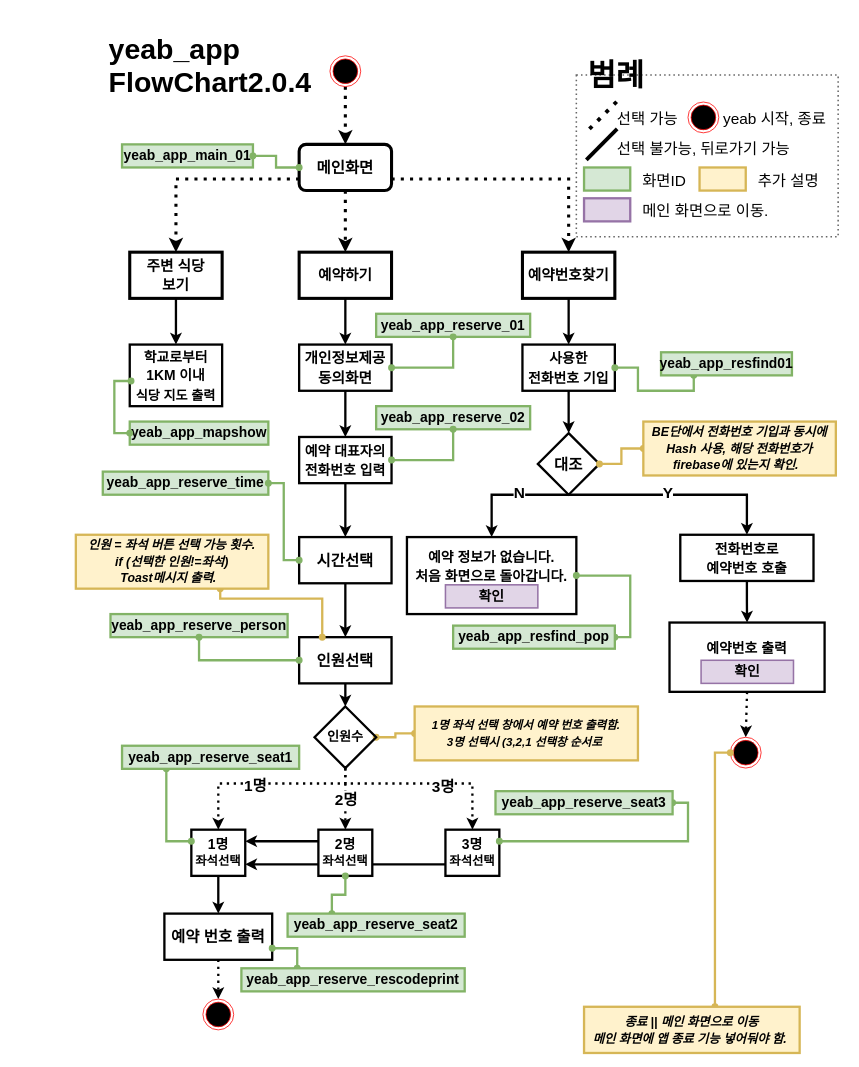
Before: FlowChart_2.0.4.drawio in StrongCatWill/SWProject, a draw.io diagram. Source tidied: cells renumbered, new cells numbered last; positions are measured from the earlier drawing's top-left corner, leaving out a move shared by most shapes. Both pictures are drawn from the tidied source at 77%, with x=0, y=0 at pixel (75, 21).
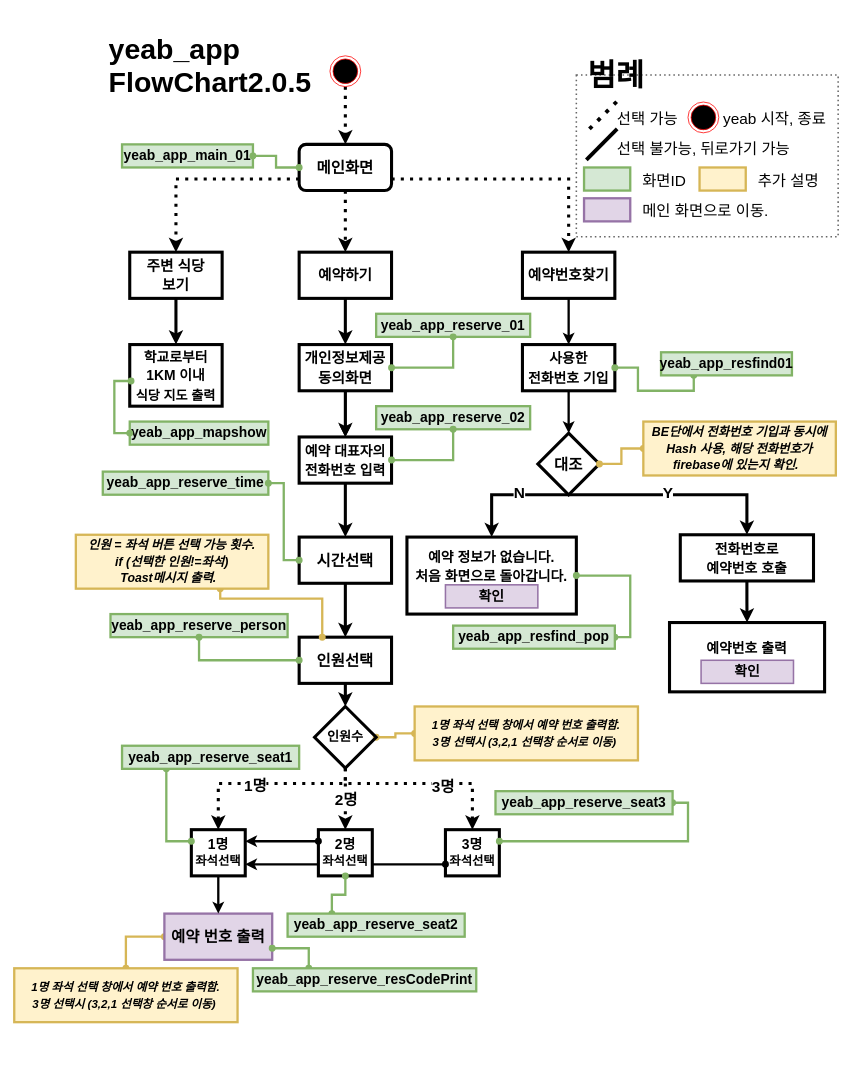
Above is the later version.

Unchanged cells that the change refers to:
```xml
<mxCell id="8" value="&lt;b style=&quot;&quot;&gt;&lt;font style=&quot;font-size: 19px;&quot;&gt;예약하기&lt;/font&gt;&lt;/b&gt;" style="rounded=0;whiteSpace=wrap;html=1;fontSize=20;strokeWidth=4;fillColor=none;" parent="1" vertex="1">
  <mxGeometry x="290" y="300" width="120" height="60" as="geometry" />
</mxCell>
<mxCell id="12" value="&lt;b style=&quot;&quot;&gt;&lt;font style=&quot;font-size: 19px;&quot;&gt;주변 식당&lt;br&gt;보기&lt;br&gt;&lt;/font&gt;&lt;/b&gt;" style="rounded=0;whiteSpace=wrap;html=1;fontSize=20;strokeWidth=4;fillColor=none;" parent="1" vertex="1">
  <mxGeometry x="70" y="300" width="120" height="60" as="geometry" />
</mxCell>
```

The edit, as a diff of the source:
```diff
@@
-    <mxCell id="2" style="endArrow=classic;html=1;rounded=0;fontSize=20;strokeWidth=3;entryX=1;entryY=0.75;entryDx=0;entryDy=0;exitX=0;exitY=0.75;exitDx=0;exitDy=0;" parent="1" edge="1" source="32" target="30">
+    <mxCell id="2" style="endArrow=classic;html=1;rounded=0;fontSize=20;strokeWidth=3;entryX=1;entryY=0.75;entryDx=0;entryDy=0;exitX=0;exitY=0.75;exitDx=0;exitDy=0;startArrow=oval;startFill=1;" parent="1" edge="1" source="32" target="30">
       <mxGeometry relative="1" as="geometry" />
     </mxCell>
@@
-    <mxCell id="7" style="edgeStyle=orthogonalEdgeStyle;rounded=0;jettySize=auto;html=1;fontSize=18;strokeWidth=3;" parent="1" edge="1" source="8" target="21">
+    <mxCell id="7" style="edgeStyle=orthogonalEdgeStyle;rounded=0;jettySize=auto;html=1;fontSize=18;strokeWidth=4;" parent="1" edge="1" source="8" target="21">
       <mxGeometry relative="1" as="geometry" />
     </mxCell>
@@
-    <mxCell id="11" style="edgeStyle=orthogonalEdgeStyle;rounded=0;jettySize=auto;html=1;strokeWidth=3;" parent="1" edge="1" source="12" target="18">
+    <mxCell id="11" style="edgeStyle=orthogonalEdgeStyle;rounded=0;jettySize=auto;html=1;strokeWidth=4;" parent="1" edge="1" source="12" target="18">
       <mxGeometry relative="1" as="geometry" />
     </mxCell>
@@
-    <mxCell id="16" value="&lt;font style=&quot;font-size: 18px;&quot;&gt;&lt;b&gt;사용한&lt;br&gt;전화번호 기입&lt;/b&gt;&lt;/font&gt;" style="whiteSpace=wrap;html=1;fontSize=20;rounded=0;strokeWidth=3;fillColor=none;" parent="1" vertex="1">
+    <mxCell id="16" value="&lt;font style=&quot;font-size: 18px;&quot;&gt;&lt;b&gt;사용한&lt;br&gt;전화번호 기입&lt;/b&gt;&lt;/font&gt;" style="whiteSpace=wrap;html=1;fontSize=20;rounded=0;strokeWidth=4;fillColor=none;" parent="1" vertex="1">
       <mxGeometry x="580" y="420" width="120" height="60" as="geometry" />
     </mxCell>
-    <mxCell id="17" value="&lt;b&gt;대조&lt;/b&gt;" style="rhombus;whiteSpace=wrap;html=1;fontSize=20;rounded=0;strokeWidth=3;fillColor=none;" parent="1" vertex="1">
+    <mxCell id="17" value="&lt;b&gt;대조&lt;/b&gt;" style="rhombus;whiteSpace=wrap;html=1;fontSize=20;rounded=0;strokeWidth=4;fillColor=none;" parent="1" vertex="1">
       <mxGeometry x="600" y="535" width="80" height="80" as="geometry" />
     </mxCell>
-    <mxCell id="18" value="&lt;font size=&quot;1&quot; style=&quot;&quot;&gt;&lt;b style=&quot;font-size: 17px;&quot;&gt;&lt;span style=&quot;font-size: 18px;&quot;&gt;학교로부터 1KM 이내 &lt;/span&gt;&lt;br&gt;식당 지도 출력&lt;/b&gt;&lt;/font&gt;" style="whiteSpace=wrap;html=1;fontSize=20;fillColor=none;rounded=0;strokeWidth=3;" parent="1" vertex="1">
+    <mxCell id="18" value="&lt;font size=&quot;1&quot; style=&quot;&quot;&gt;&lt;b style=&quot;font-size: 17px;&quot;&gt;&lt;span style=&quot;font-size: 18px;&quot;&gt;학교로부터 1KM 이내 &lt;/span&gt;&lt;br&gt;식당 지도 출력&lt;/b&gt;&lt;/font&gt;" style="whiteSpace=wrap;html=1;fontSize=20;fillColor=none;rounded=0;strokeWidth=4;" parent="1" vertex="1">
       <mxGeometry x="70" y="420" width="120" height="80" as="geometry" />
     </mxCell>
@@
-    <mxCell id="21" value="&lt;span style=&quot;font-size: 19px;&quot;&gt;&lt;b&gt;개인정보제공&lt;br&gt;동의화면&lt;br&gt;&lt;/b&gt;&lt;/span&gt;" style="rounded=0;whiteSpace=wrap;html=1;fontSize=20;strokeWidth=3;fillColor=none;" parent="1" vertex="1">
+    <mxCell id="21" value="&lt;span style=&quot;font-size: 19px;&quot;&gt;&lt;b&gt;개인정보제공&lt;br&gt;동의화면&lt;br&gt;&lt;/b&gt;&lt;/span&gt;" style="rounded=0;whiteSpace=wrap;html=1;fontSize=20;strokeWidth=4;fillColor=none;" parent="1" vertex="1">
       <mxGeometry x="290" y="420" width="120" height="60" as="geometry" />
     </mxCell>
-    <mxCell id="22" style="edgeStyle=orthogonalEdgeStyle;rounded=0;jettySize=auto;html=1;fontSize=18;strokeWidth=3;" parent="1" edge="1" source="23" target="27">
+    <mxCell id="22" style="edgeStyle=orthogonalEdgeStyle;rounded=0;jettySize=auto;html=1;fontSize=18;strokeWidth=4;" parent="1" edge="1" source="23" target="27">
       <mxGeometry relative="1" as="geometry" />
     </mxCell>
-    <mxCell id="23" value="&lt;font style=&quot;font-size: 18px;&quot;&gt;&lt;b&gt;예약 대표자의 전화번호 입력&lt;/b&gt;&lt;/font&gt;" style="whiteSpace=wrap;html=1;fontSize=20;fillColor=none;rounded=0;strokeWidth=3;" parent="1" vertex="1">
+    <mxCell id="23" value="&lt;font style=&quot;font-size: 18px;&quot;&gt;&lt;b&gt;예약 대표자의 전화번호 입력&lt;/b&gt;&lt;/font&gt;" style="whiteSpace=wrap;html=1;fontSize=20;fillColor=none;rounded=0;strokeWidth=4;" parent="1" vertex="1">
       <mxGeometry x="290" y="540" width="120" height="60" as="geometry" />
     </mxCell>
-    <mxCell id="24" style="edgeStyle=orthogonalEdgeStyle;rounded=0;jettySize=auto;html=1;exitX=0.5;exitY=1;exitDx=0;exitDy=0;strokeWidth=3;" parent="1" edge="1" source="25" target="84">
+    <mxCell id="24" style="edgeStyle=orthogonalEdgeStyle;rounded=0;jettySize=auto;html=1;exitX=0.5;exitY=1;exitDx=0;exitDy=0;strokeWidth=4;" parent="1" edge="1" source="25" target="84">
       <mxGeometry relative="1" as="geometry" />
     </mxCell>
-    <mxCell id="25" value="&lt;span style=&quot;font-size: 18px;&quot;&gt;&lt;b&gt;전화번호로 &lt;br&gt;예약번호 호출&lt;/b&gt;&lt;/span&gt;" style="whiteSpace=wrap;html=1;fontSize=20;rounded=0;strokeWidth=3;fillColor=none;" parent="1" vertex="1">
+    <mxCell id="25" value="&lt;span style=&quot;font-size: 18px;&quot;&gt;&lt;b&gt;전화번호로 &lt;br&gt;예약번호 호출&lt;/b&gt;&lt;/span&gt;" style="whiteSpace=wrap;html=1;fontSize=20;rounded=0;strokeWidth=4;fillColor=none;" parent="1" vertex="1">
       <mxGeometry x="785" y="667" width="173" height="60" as="geometry" />
     </mxCell>
-    <mxCell id="26" style="edgeStyle=orthogonalEdgeStyle;rounded=0;jettySize=auto;html=1;fontSize=18;strokeWidth=3;" parent="1" edge="1" source="27" target="29">
+    <mxCell id="26" style="edgeStyle=orthogonalEdgeStyle;rounded=0;jettySize=auto;html=1;fontSize=18;strokeWidth=4;" parent="1" edge="1" source="27" target="29">
       <mxGeometry relative="1" as="geometry" />
     </mxCell>
-    <mxCell id="27" value="&lt;b&gt;시간선택&lt;/b&gt;" style="whiteSpace=wrap;html=1;fontSize=20;fillColor=none;rounded=0;strokeWidth=3;" parent="1" vertex="1">
+    <mxCell id="27" value="&lt;b&gt;시간선택&lt;/b&gt;" style="whiteSpace=wrap;html=1;fontSize=20;fillColor=none;rounded=0;strokeWidth=4;" parent="1" vertex="1">
       <mxGeometry x="290" y="670" width="120" height="60" as="geometry" />
     </mxCell>
-    <mxCell id="28" style="edgeStyle=orthogonalEdgeStyle;rounded=0;jettySize=auto;html=1;fontSize=18;strokeWidth=3;entryX=0.5;entryY=0;entryDx=0;entryDy=0;" parent="1" edge="1" source="29" target="90">
+    <mxCell id="28" style="edgeStyle=orthogonalEdgeStyle;rounded=0;jettySize=auto;html=1;fontSize=18;strokeWidth=4;entryX=0.5;entryY=0;entryDx=0;entryDy=0;" parent="1" edge="1" source="29" target="90">
       <mxGeometry relative="1" as="geometry" />
     </mxCell>
-    <mxCell id="29" value="&lt;b&gt;인원선택&lt;/b&gt;" style="whiteSpace=wrap;html=1;fontSize=20;fillColor=none;rounded=0;strokeWidth=3;" parent="1" vertex="1">
+    <mxCell id="29" value="&lt;b&gt;인원선택&lt;/b&gt;" style="whiteSpace=wrap;html=1;fontSize=20;fillColor=none;rounded=0;strokeWidth=4;" parent="1" vertex="1">
       <mxGeometry x="290" y="800" width="120" height="60" as="geometry" />
     </mxCell>
-    <mxCell id="30" value="&lt;b&gt;1명&lt;br&gt;&lt;font style=&quot;font-size: 16px;&quot;&gt;좌석선택&lt;/font&gt;&lt;br&gt;&lt;/b&gt;" style="rounded=0;whiteSpace=wrap;html=1;fontSize=18;strokeWidth=3;fillColor=none;" parent="1" vertex="1">
+    <mxCell id="30" value="&lt;b&gt;1명&lt;br&gt;&lt;font style=&quot;font-size: 16px;&quot;&gt;좌석선택&lt;/font&gt;&lt;br&gt;&lt;/b&gt;" style="rounded=0;whiteSpace=wrap;html=1;fontSize=18;strokeWidth=4;fillColor=none;" parent="1" vertex="1">
       <mxGeometry x="150" y="1050" width="70" height="60" as="geometry" />
     </mxCell>
-    <mxCell id="31" value="&lt;b&gt;2명&lt;br&gt;&lt;font style=&quot;font-size: 16px;&quot;&gt;좌석선택&lt;/font&gt;&lt;br&gt;&lt;/b&gt;" style="rounded=0;whiteSpace=wrap;html=1;fontSize=18;strokeWidth=3;" parent="1" vertex="1">
+    <mxCell id="31" value="&lt;b&gt;2명&lt;br&gt;&lt;font style=&quot;font-size: 16px;&quot;&gt;좌석선택&lt;/font&gt;&lt;br&gt;&lt;/b&gt;" style="rounded=0;whiteSpace=wrap;html=1;fontSize=18;strokeWidth=4;" parent="1" vertex="1">
       <mxGeometry x="315" y="1050" width="70" height="60" as="geometry" />
     </mxCell>
-    <mxCell id="32" value="&lt;b&gt;3명&lt;br&gt;&lt;font style=&quot;font-size: 16px;&quot;&gt;좌석선택&lt;/font&gt;&lt;/b&gt;" style="rounded=0;whiteSpace=wrap;html=1;fontSize=18;strokeWidth=3;fillColor=none;" parent="1" vertex="1">
+    <mxCell id="32" value="&lt;b&gt;3명&lt;br&gt;&lt;font style=&quot;font-size: 16px;&quot;&gt;좌석선택&lt;/font&gt;&lt;/b&gt;" style="rounded=0;whiteSpace=wrap;html=1;fontSize=18;strokeWidth=4;fillColor=none;" parent="1" vertex="1">
       <mxGeometry x="480" y="1050" width="70" height="60" as="geometry" />
     </mxCell>
+    <mxCell id="101" style="edgeStyle=orthogonalEdgeStyle;rounded=0;jettySize=auto;html=1;exitX=0;exitY=0.5;exitDx=0;exitDy=0;entryX=0.5;entryY=0;entryDx=0;entryDy=0;startArrow=oval;startFill=1;strokeWidth=3;fillColor=#fff2cc;strokeColor=#d6b656;endArrow=oval;endFill=1;" parent="1" edge="1" source="33" target="103">
+      <mxGeometry relative="1" as="geometry" />
+    </mxCell>
-    <mxCell id="33" value="&lt;b&gt;&lt;font style=&quot;font-size: 20px;&quot;&gt;예약 번호 출력&lt;/font&gt;&lt;/b&gt;" style="whiteSpace=wrap;html=1;fontSize=20;fillColor=none;rounded=0;strokeWidth=3;" parent="1" vertex="1">
+    <mxCell id="33" value="&lt;b&gt;&lt;font style=&quot;font-size: 20px;&quot;&gt;예약 번호 출력&lt;/font&gt;&lt;/b&gt;" style="whiteSpace=wrap;html=1;fontSize=20;fillColor=#e1d5e7;rounded=0;strokeWidth=3;strokeColor=#9673a6;" parent="1" vertex="1">
       <mxGeometry x="115" y="1159" width="140" height="60" as="geometry" />
     </mxCell>
-    <mxCell id="34" value="&lt;font style=&quot;font-size: 18px;&quot;&gt;&lt;b&gt;예약 정보가 없습니다.&lt;br&gt;처음 화면으로 돌아갑니다.&lt;br&gt;&lt;br&gt;&lt;/b&gt;&lt;/font&gt;" style="rounded=0;whiteSpace=wrap;html=1;fontSize=20;strokeWidth=3;fillColor=none;" parent="1" vertex="1">
+    <mxCell id="34" value="&lt;font style=&quot;font-size: 18px;&quot;&gt;&lt;b&gt;예약 정보가 없습니다.&lt;br&gt;처음 화면으로 돌아갑니다.&lt;br&gt;&lt;br&gt;&lt;/b&gt;&lt;/font&gt;" style="rounded=0;whiteSpace=wrap;html=1;fontSize=20;strokeWidth=4;fillColor=none;" parent="1" vertex="1">
       <mxGeometry x="430" y="670" width="220" height="100" as="geometry" />
     </mxCell>
@@
-    <mxCell id="36" style="endArrow=classic;html=1;rounded=0;fontSize=18;strokeWidth=3;entryX=0.5;entryY=0;entryDx=0;entryDy=0;exitX=0.5;exitY=1;exitDx=0;exitDy=0;edgeStyle=orthogonalEdgeStyle;" parent="1" edge="1" source="17" target="34">
+    <mxCell id="36" style="endArrow=classic;html=1;rounded=0;fontSize=18;strokeWidth=4;entryX=0.5;entryY=0;entryDx=0;entryDy=0;exitX=0.5;exitY=1;exitDx=0;exitDy=0;edgeStyle=orthogonalEdgeStyle;" parent="1" edge="1" source="17" target="34">
       <mxGeometry relative="1" as="geometry">
         <Array as="points">
           <mxPoint x="540" y="615" />
         </Array>
       </mxGeometry>
     </mxCell>
@@
-    <mxCell id="38" style="endArrow=classic;html=1;rounded=0;fontSize=18;strokeWidth=3;entryX=0.5;entryY=0;entryDx=0;entryDy=0;exitX=0.5;exitY=1;exitDx=0;exitDy=0;edgeStyle=orthogonalEdgeStyle;" parent="1" edge="1" source="17" target="25">
+    <mxCell id="38" style="endArrow=classic;html=1;rounded=0;fontSize=18;strokeWidth=4;entryX=0.5;entryY=0;entryDx=0;entryDy=0;exitX=0.5;exitY=1;exitDx=0;exitDy=0;edgeStyle=orthogonalEdgeStyle;" parent="1" edge="1" source="17" target="25">
       <mxGeometry relative="1" as="geometry">
         <Array as="points">
           <mxPoint x="871" y="615" />
         </Array>
       </mxGeometry>
     </mxCell>
@@
-    <mxCell id="40" style="endArrow=classic;html=1;rounded=0;fontSize=18;strokeWidth=3;entryX=0.5;entryY=0;entryDx=0;entryDy=0;exitX=0.5;exitY=1;exitDx=0;exitDy=0;dashed=1;dashPattern=1 2;" parent="1" edge="1" source="33" target="68">
-      <mxGeometry relative="1" as="geometry" />
-    </mxCell>
-    <mxCell id="41" style="endArrow=classic;html=1;rounded=0;dashed=1;dashPattern=1 2;fontSize=18;strokeWidth=3;entryX=0.5;entryY=0;entryDx=0;entryDy=0;exitX=0.5;exitY=1;exitDx=0;exitDy=0;" parent="1" edge="1" source="84" target="69">
-      <mxGeometry relative="1" as="geometry" />
-    </mxCell>
@@
-    <mxCell id="49" value="&lt;b&gt;yeab_app_reserve_rescodeprint&lt;/b&gt;" style="rounded=0;whiteSpace=wrap;html=1;fontSize=18;fillColor=#d5e8d4;strokeColor=#82b366;strokeWidth=3;" parent="1" vertex="1">
-      <mxGeometry x="215" y="1230" width="290" height="30" as="geometry" />
+    <mxCell id="49" value="&lt;b&gt;yeab_app_reserve_resCodePrint&lt;/b&gt;" style="rounded=0;whiteSpace=wrap;html=1;fontSize=18;fillColor=#d5e8d4;strokeColor=#82b366;strokeWidth=3;" parent="1" vertex="1">
+      <mxGeometry x="230" y="1230" width="290" height="30" as="geometry" />
     </mxCell>
@@
-    <mxCell id="68" style="ellipse;html=1;shape=endState;fillColor=#000000;strokeColor=#ff0000;" parent="1" vertex="1">
-      <mxGeometry x="165" y="1270" width="40" height="40" as="geometry" />
-    </mxCell>
-    <mxCell id="69" style="ellipse;html=1;shape=endState;fillColor=#000000;strokeColor=#ff0000;" parent="1" vertex="1">
-      <mxGeometry x="850" y="930" width="40" height="40" as="geometry" />
-    </mxCell>
-    <mxCell id="70" style="edgeStyle=orthogonalEdgeStyle;shape=connector;rounded=0;jettySize=auto;html=1;labelBackgroundColor=default;fontFamily=Helvetica;fontSize=20;fontColor=default;startArrow=oval;startFill=1;endArrow=oval;endFill=1;strokeColor=#d6b656;strokeWidth=3;fillColor=#fff2cc;" parent="1" edge="1" source="71">
-      <mxGeometry relative="1" as="geometry">
-        <mxPoint x="850" y="950" as="targetPoint" />
-        <Array as="points">
-          <mxPoint x="830" y="1185" />
-          <mxPoint x="830" y="950" />
-        </Array>
-      </mxGeometry>
-    </mxCell>
-    <mxCell id="71" value="&lt;font style=&quot;font-size: 16px;&quot;&gt;&lt;b&gt;&lt;i&gt;종료 || 메인 화면으로 이동&lt;br&gt;메인 화면에 앱 종료 기능 넣어둬야 함.&amp;nbsp;&lt;/i&gt;&lt;/b&gt;&lt;br&gt;&lt;/font&gt;" style="rounded=0;whiteSpace=wrap;html=1;fontSize=18;fillColor=#fff2cc;strokeColor=#d6b656;strokeWidth=3;" parent="1" vertex="1">
-      <mxGeometry x="660" y="1280" width="280" height="60" as="geometry" />
-    </mxCell>
@@
-    <mxCell id="77" value="&lt;h1 style=&quot;font-size: 37px;&quot;&gt;&lt;font style=&quot;font-size: 37px;&quot;&gt;yeab_app FlowChart2.0.4&lt;/font&gt;&lt;/h1&gt;&lt;div style=&quot;font-size: 37px;&quot;&gt;&lt;br&gt;&lt;/div&gt;" style="text;html=1;strokeColor=none;fillColor=none;spacing=5;spacingTop=-20;whiteSpace=wrap;overflow=hidden;rounded=0;fontFamily=Helvetica;fontSize=20;fontColor=default;" parent="1" vertex="1">
+    <mxCell id="77" value="&lt;h1 style=&quot;font-size: 37px;&quot;&gt;&lt;font style=&quot;font-size: 37px;&quot;&gt;yeab_app FlowChart2.0.5&lt;/font&gt;&lt;/h1&gt;&lt;div style=&quot;font-size: 37px;&quot;&gt;&lt;br&gt;&lt;/div&gt;" style="text;html=1;strokeColor=none;fillColor=none;spacing=5;spacingTop=-20;whiteSpace=wrap;overflow=hidden;rounded=0;fontFamily=Helvetica;fontSize=20;fontColor=default;" parent="1" vertex="1">
       <mxGeometry x="37.5" width="286" height="110" as="geometry" />
     </mxCell>
@@
-    <mxCell id="84" value="&lt;font style=&quot;font-size: 18px;&quot;&gt;&lt;b&gt;예약번호 출력&lt;br&gt;&lt;br&gt;&lt;/b&gt;&lt;/font&gt;" style="rounded=0;whiteSpace=wrap;html=1;fontSize=20;strokeWidth=3;fillColor=none;" parent="1" vertex="1">
+    <mxCell id="84" value="&lt;font style=&quot;font-size: 18px;&quot;&gt;&lt;b&gt;예약번호 출력&lt;br&gt;&lt;br&gt;&lt;/b&gt;&lt;/font&gt;" style="rounded=0;whiteSpace=wrap;html=1;fontSize=20;strokeWidth=4;fillColor=none;" parent="1" vertex="1">
       <mxGeometry x="771" y="781" width="201.4" height="90" as="geometry" />
     </mxCell>
@@
-    <mxCell id="89" value="&lt;b style=&quot;&quot;&gt;&lt;i style=&quot;&quot;&gt;&lt;font style=&quot;font-size: 15px;&quot;&gt;1명 좌석 선택 창에서 예약 번호 출력함.&lt;br&gt;3명 선택시 (3,2,1 선택창 순서로&amp;nbsp;&lt;/font&gt;&lt;/i&gt;&lt;/b&gt;" style="rounded=0;whiteSpace=wrap;html=1;fontSize=18;fillColor=#fff2cc;strokeColor=#d6b656;strokeWidth=3;" parent="1" vertex="1">
+    <mxCell id="89" value="&lt;b style=&quot;&quot;&gt;&lt;i style=&quot;&quot;&gt;&lt;font style=&quot;font-size: 15px;&quot;&gt;1명 좌석 선택 창에서 예약 번호 출력함.&lt;br&gt;3명 선택시 (3,2,1 선택창 순서로 이동)&amp;nbsp;&lt;/font&gt;&lt;/i&gt;&lt;/b&gt;" style="rounded=0;whiteSpace=wrap;html=1;fontSize=18;fillColor=#fff2cc;strokeColor=#d6b656;strokeWidth=3;" parent="1" vertex="1">
       <mxGeometry x="440" y="890" width="290" height="70" as="geometry" />
     </mxCell>
-    <mxCell id="90" value="&lt;b&gt;&lt;font style=&quot;font-size: 17px;&quot;&gt;인원수&lt;/font&gt;&lt;/b&gt;" style="rhombus;whiteSpace=wrap;html=1;fontSize=15;strokeWidth=3;fillColor=none;" parent="1" vertex="1">
+    <mxCell id="90" value="&lt;b&gt;&lt;font style=&quot;font-size: 17px;&quot;&gt;인원수&lt;/font&gt;&lt;/b&gt;" style="rhombus;whiteSpace=wrap;html=1;fontSize=15;strokeWidth=4;fillColor=none;" parent="1" vertex="1">
       <mxGeometry x="310" y="890" width="80" height="80" as="geometry" />
     </mxCell>
-    <mxCell id="91" style="endArrow=classic;html=1;rounded=0;fontSize=17;strokeWidth=3;exitX=0.5;exitY=1;exitDx=0;exitDy=0;entryX=0.5;entryY=0;entryDx=0;entryDy=0;edgeStyle=orthogonalEdgeStyle;dashed=1;dashPattern=1 2;" parent="1" edge="1" source="90" target="30">
+    <mxCell id="91" style="endArrow=classic;html=1;rounded=0;fontSize=17;strokeWidth=4;exitX=0.5;exitY=1;exitDx=0;exitDy=0;entryX=0.5;entryY=0;entryDx=0;entryDy=0;edgeStyle=orthogonalEdgeStyle;dashed=1;dashPattern=1 2;" parent="1" edge="1" source="90" target="30">
       <mxGeometry relative="1" as="geometry">
         <Array as="points">
           <mxPoint x="185" y="990" />
         </Array>
       </mxGeometry>
     </mxCell>
@@
-    <mxCell id="93" style="endArrow=classic;html=1;rounded=0;fontSize=17;strokeWidth=3;entryX=0.5;entryY=0;entryDx=0;entryDy=0;exitX=0.5;exitY=1;exitDx=0;exitDy=0;edgeStyle=orthogonalEdgeStyle;dashed=1;dashPattern=1 2;" parent="1" edge="1" source="90" target="32">
+    <mxCell id="93" style="endArrow=classic;html=1;rounded=0;fontSize=17;strokeWidth=4;entryX=0.5;entryY=0;entryDx=0;entryDy=0;exitX=0.5;exitY=1;exitDx=0;exitDy=0;edgeStyle=orthogonalEdgeStyle;dashed=1;dashPattern=1 2;" parent="1" edge="1" source="90" target="32">
       <mxGeometry relative="1" as="geometry">
         <Array as="points">
           <mxPoint x="515" y="990" />
         </Array>
       </mxGeometry>
     </mxCell>
@@
-    <mxCell id="95" style="endArrow=classic;html=1;rounded=0;fontSize=17;strokeWidth=3;dashed=1;dashPattern=1 2;" parent="1" edge="1">
+    <mxCell id="95" style="endArrow=classic;html=1;rounded=0;fontSize=17;strokeWidth=4;dashed=1;dashPattern=1 2;" parent="1" edge="1">
       <mxGeometry relative="1" as="geometry">
         <mxPoint x="350" y="990" as="sourcePoint" />
         <mxPoint x="350" y="1050" as="targetPoint" />
         <Array as="points">
           <mxPoint x="350" y="1020" />
         </Array>
       </mxGeometry>
     </mxCell>
@@
-    <mxCell id="97" style="endArrow=classic;html=1;rounded=0;fontSize=20;strokeWidth=3;entryX=1;entryY=0.25;entryDx=0;entryDy=0;exitX=0;exitY=0.25;exitDx=0;exitDy=0;" parent="1" edge="1" source="31" target="30">
+    <mxCell id="97" style="endArrow=classic;html=1;rounded=0;fontSize=20;strokeWidth=3;entryX=1;entryY=0.25;entryDx=0;entryDy=0;exitX=0;exitY=0.25;exitDx=0;exitDy=0;startArrow=oval;startFill=1;" parent="1" edge="1" source="31" target="30">
       <mxGeometry relative="1" as="geometry" />
     </mxCell>
@@
+    <mxCell id="102" style="edgeStyle=orthogonalEdgeStyle;rounded=0;orthogonalLoop=1;jettySize=auto;html=1;fontSize=18;strokeWidth=4;" parent="1" edge="1">
+      <mxGeometry relative="1" as="geometry">
+        <mxPoint x="350" y="480" as="sourcePoint" />
+        <mxPoint x="350" y="540" as="targetPoint" />
+      </mxGeometry>
+    </mxCell>
+    <mxCell id="103" value="&lt;b style=&quot;&quot;&gt;&lt;i style=&quot;&quot;&gt;&lt;font style=&quot;font-size: 15px;&quot;&gt;1명 좌석 선택 창에서 예약 번호 출력함.&lt;br&gt;3명 선택시 (3,2,1 선택창 순서로 이동)&amp;nbsp;&lt;/font&gt;&lt;/i&gt;&lt;/b&gt;" style="rounded=0;whiteSpace=wrap;html=1;fontSize=18;fillColor=#fff2cc;strokeColor=#d6b656;strokeWidth=3;" parent="1" vertex="1">
+      <mxGeometry x="-80" y="1230" width="290" height="70" as="geometry" />
+    </mxCell>
```
